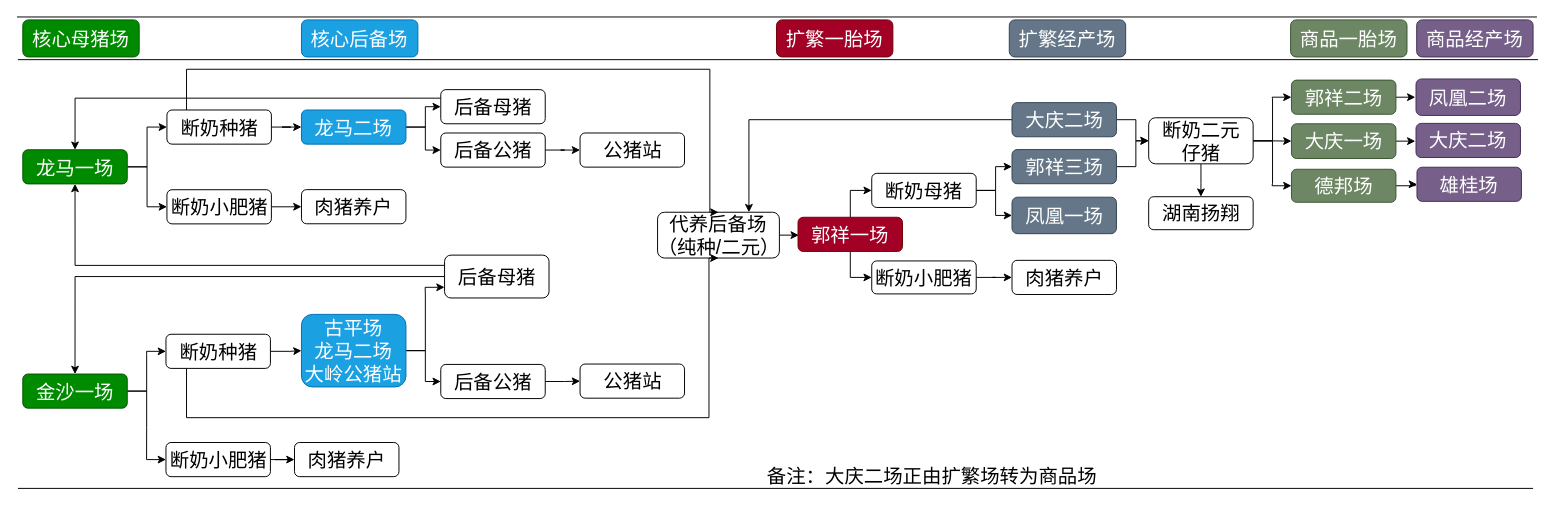
Earlier version of the draw.io diagram 体系规划.drawio (tony2015116/flowchart). Source tidied: cells renumbered, new cells numbered last; positions are measured from the earlier drawing's top-left corner, leaving out a move shared by most shapes. Both pictures are drawn from the tidied source at 97%, with x=0, y=0 at pixel (16, 16).
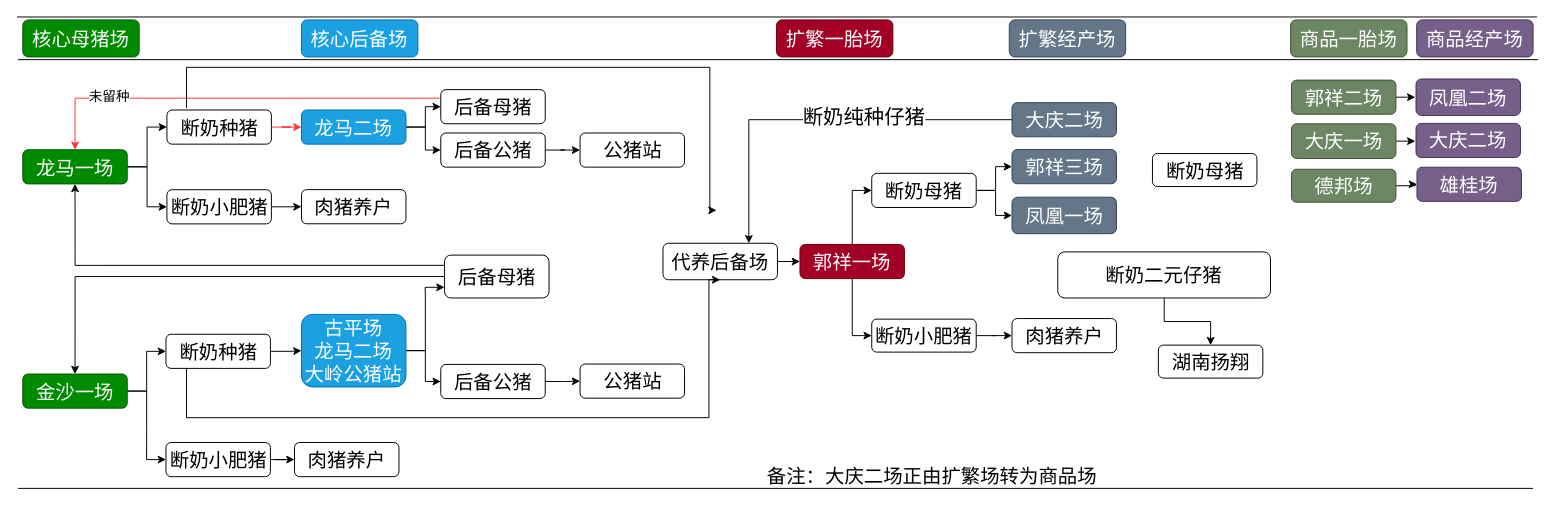
The same diagram, later.

Commit message:
更新体系规划2.drawio

Unchanged cells that the change refers to:
```xml
<mxCell id="4" style="group;fontSize=20;" parent="1" vertex="1">
  <mxGeometry x="6" y="28.9" width="1544" height="451.2" as="geometry" />
</mxCell>
<mxCell id="29" value="郭祥三场" style="rounded=1;whiteSpace=wrap;html=1;fontSize=20;fillColor=#647687;fontColor=#ffffff;strokeColor=#314354;" parent="4" vertex="1">
  <mxGeometry x="1019.8" y="107.8" width="107.7" height="35.2" as="geometry" />
</mxCell>
<mxCell id="34" value="龙马一场" style="rounded=1;whiteSpace=wrap;html=1;fontSize=20;fillColor=#008a00;fontColor=#ffffff;strokeColor=#005700;" parent="4" vertex="1">
  <mxGeometry y="108" width="107.7" height="35.2" as="geometry" />
</mxCell>
<mxCell id="37" value="龙马二场" style="rounded=1;whiteSpace=wrap;html=1;fontSize=20;fillColor=#1ba1e2;fontColor=#ffffff;strokeColor=#006EAF;" parent="4" vertex="1">
  <mxGeometry x="287.3" y="67" width="107.7" height="35.2" as="geometry" />
</mxCell>
<mxCell id="39" value="断奶种猪" style="rounded=1;whiteSpace=wrap;html=1;fontSize=20;" parent="38" vertex="1">
  <mxGeometry x="5" width="107.7" height="35.2" as="geometry" />
</mxCell>
<mxCell id="47" value="后备母猪" style="rounded=1;whiteSpace=wrap;html=1;fontSize=20;" parent="4" vertex="1">
  <mxGeometry x="430.9" y="46" width="107.7" height="35.2" as="geometry" />
</mxCell>
<mxCell id="49" value="德邦场" style="rounded=1;whiteSpace=wrap;html=1;fontSize=20;fillColor=#6d8764;fontColor=#ffffff;strokeColor=#3A5431;" parent="4" vertex="1">
  <mxGeometry x="1307.9" y="128.1" width="107.7" height="34" as="geometry" />
</mxCell>
<mxCell id="51" value="大庆一场" style="rounded=1;whiteSpace=wrap;html=1;fontSize=20;fillColor=#6d8764;fontColor=#ffffff;strokeColor=#3A5431;" parent="4" vertex="1">
  <mxGeometry x="1307.9" y="81.2" width="107.7" height="35.8" as="geometry" />
</mxCell>
<mxCell id="53" value="郭祥二场" style="rounded=1;whiteSpace=wrap;html=1;fontSize=20;fillColor=#6d8764;fontColor=#ffffff;strokeColor=#3A5431;" parent="4" vertex="1">
  <mxGeometry x="1307.9" y="36.2" width="107.7" height="35.2" as="geometry" />
</mxCell>
<mxCell id="58" style="edgeStyle=orthogonalEdgeStyle;rounded=0;jettySize=auto;html=1;entryX=0.75;entryY=0;entryDx=0;entryDy=0;fontSize=20;" parent="4" edge="1" source="60" target="62">
  <mxGeometry relative="1" as="geometry" />
</mxCell>
<mxCell id="60" value="大庆二场" style="rounded=1;whiteSpace=wrap;html=1;fontSize=20;fillColor=#647687;fontColor=#ffffff;strokeColor=#314354;" parent="4" vertex="1">
  <mxGeometry x="1019.8" y="59.4" width="107.7" height="35.2" as="geometry" />
</mxCell>
```

Change to the diagram source:
```diff
@@
     <mxCell id="18" value="郭祥一场" style="rounded=1;whiteSpace=wrap;html=1;fontSize=20;fillColor=#a20025;fontColor=#ffffff;strokeColor=#6F0000;" parent="4" vertex="1">
-      <mxGeometry x="799.2" y="177.6" width="107.7" height="35.2" as="geometry" />
+      <mxGeometry x="801.2" y="205.6" width="107.7" height="35.2" as="geometry" />
     </mxCell>
@@
     <mxCell id="23" value="断奶小肥猪" style="rounded=1;whiteSpace=wrap;html=1;fontSize=20;" parent="4" vertex="1">
-      <mxGeometry x="875.2" y="222.6" width="107.7" height="34" as="geometry" />
+      <mxGeometry x="875.2" y="282.6" width="107.7" height="34" as="geometry" />
     </mxCell>
@@
     <mxCell id="27" value="肉猪养户" style="rounded=1;whiteSpace=wrap;html=1;fontSize=20;" parent="4" vertex="1">
-      <mxGeometry x="1019.8" y="222" width="107.7" height="35.2" as="geometry" />
+      <mxGeometry x="1019.8" y="282" width="107.7" height="35.2" as="geometry" />
     </mxCell>
-    <mxCell id="28" style="edgeStyle=orthogonalEdgeStyle;rounded=0;jettySize=auto;html=1;entryX=0;entryY=0.5;entryDx=0;entryDy=0;fontSize=20;" parent="4" edge="1" source="29" target="71">
-      <mxGeometry relative="1" as="geometry" />
-    </mxCell>
@@
-    <mxCell id="41" style="edgeStyle=orthogonalEdgeStyle;rounded=0;jettySize=auto;html=1;entryX=0;entryY=0.5;entryDx=0;entryDy=0;fontSize=20;" parent="4" edge="1" source="39" target="37">
+    <mxCell id="41" style="edgeStyle=orthogonalEdgeStyle;rounded=0;jettySize=auto;html=1;entryX=0;entryY=0.5;entryDx=0;entryDy=0;fontSize=20;strokeColor=#FF3333;" parent="4" edge="1" source="39" target="37">
       <mxGeometry relative="1" as="geometry" />
     </mxCell>
@@
-    <mxCell id="46" style="edgeStyle=orthogonalEdgeStyle;rounded=0;jettySize=auto;html=1;exitX=0;exitY=0.25;exitDx=0;exitDy=0;entryX=0.5;entryY=0;entryDx=0;entryDy=0;fontSize=20;" parent="4" edge="1" source="47" target="34">
+    <mxCell id="46" style="edgeStyle=orthogonalEdgeStyle;rounded=0;jettySize=auto;html=1;exitX=0;exitY=0.25;exitDx=0;exitDy=0;entryX=0.5;entryY=0;entryDx=0;entryDy=0;fontSize=20;strokeColor=#FF3333;" parent="4" edge="1" source="47" target="34">
       <mxGeometry relative="1" as="geometry" />
     </mxCell>
+    <mxCell id="81" value="&lt;font style=&quot;font-size: 14px;&quot;&gt;未留种&lt;/font&gt;" style="edgeLabel;html=1;align=center;verticalAlign=middle;" parent="46" vertex="1">
+      <mxGeometry x="0.59" y="-2" relative="1" as="geometry" />
+    </mxCell>
@@
-    <mxCell id="59" style="edgeStyle=orthogonalEdgeStyle;rounded=0;jettySize=auto;html=1;entryX=0;entryY=0.5;entryDx=0;entryDy=0;fontSize=20;" parent="4" edge="1" source="60" target="71">
-      <mxGeometry relative="1" as="geometry" />
-    </mxCell>
+    <mxCell id="82" value="断奶纯种仔猪" style="edgeLabel;html=1;align=center;verticalAlign=middle;fontSize=21;" parent="58" vertex="1">
+      <mxGeometry x="-0.23" y="-3" relative="1" as="geometry" />
+    </mxCell>
@@
-    <mxCell id="62" value="代养后备场&lt;div&gt;（纯种/二元）&lt;/div&gt;" style="rounded=1;whiteSpace=wrap;html=1;fontSize=20;" parent="4" vertex="1">
-      <mxGeometry x="654.4" y="172.4" width="125.6" height="47.2" as="geometry" />
+    <mxCell id="62" value="代养后备场" style="rounded=1;whiteSpace=wrap;html=1;fontSize=20;" parent="4" vertex="1">
+      <mxGeometry x="660" y="204.4" width="118" height="37.6" as="geometry" />
     </mxCell>
@@
-    <mxCell id="66" style="edgeStyle=orthogonalEdgeStyle;rounded=0;jettySize=auto;html=1;entryX=0.5;entryY=0;entryDx=0;entryDy=0;fontSize=20;" parent="4" edge="1" target="62">
+    <mxCell id="66" style="edgeStyle=orthogonalEdgeStyle;rounded=0;orthogonalLoop=1;jettySize=auto;html=1;entryX=0.5;entryY=0;entryDx=0;entryDy=0;fontSize=20;" parent="4" edge="1">
       <mxGeometry relative="1" as="geometry">
-        <mxPoint x="168.8" y="67" as="sourcePoint" />
+        <mxPoint x="168.8" y="65" as="sourcePoint" />
+        <mxPoint x="715.2" y="170.4" as="targetPoint" />
         <Array as="points">
-          <mxPoint x="168.8" y="25" />
-          <mxPoint x="708.3" y="25" />
+          <mxPoint x="168.8" y="23" />
+          <mxPoint x="708.3" y="23" />
         </Array>
       </mxGeometry>
     </mxCell>
-    <mxCell id="67" style="edgeStyle=orthogonalEdgeStyle;rounded=0;jettySize=auto;html=1;entryX=0;entryY=0.5;entryDx=0;entryDy=0;fontSize=20;" parent="4" edge="1" source="71" target="53">
-      <mxGeometry relative="1" as="geometry" />
-    </mxCell>
-    <mxCell id="68" style="edgeStyle=orthogonalEdgeStyle;rounded=0;jettySize=auto;html=1;entryX=0;entryY=0.5;entryDx=0;entryDy=0;fontSize=20;" parent="4" edge="1" source="71" target="51">
-      <mxGeometry relative="1" as="geometry" />
-    </mxCell>
@@
-    <mxCell id="70" style="edgeStyle=orthogonalEdgeStyle;rounded=0;jettySize=auto;html=1;entryX=0;entryY=0.5;entryDx=0;entryDy=0;fontSize=20;" parent="4" edge="1" source="71" target="49">
-      <mxGeometry relative="1" as="geometry" />
-    </mxCell>
-    <mxCell id="71" value="断奶二元&lt;div&gt;仔猪&lt;/div&gt;" style="rounded=1;whiteSpace=wrap;html=1;fontSize=20;" parent="4" vertex="1">
-      <mxGeometry x="1160.7" y="75" width="107.7" height="47.5" as="geometry" />
+    <mxCell id="71" value="断奶二元&lt;span style=&quot;background-color: transparent; color: light-dark(rgb(0, 0, 0), rgb(255, 255, 255));&quot;&gt;仔猪&lt;/span&gt;" style="rounded=1;whiteSpace=wrap;html=1;fontSize=20;" parent="4" vertex="1">
+      <mxGeometry x="1067" y="213.3" width="219.3" height="47.5" as="geometry" />
     </mxCell>
     <mxCell id="72" value="湖南扬翔" style="rounded=1;whiteSpace=wrap;html=1;fontSize=20;" parent="4" vertex="1">
-      <mxGeometry x="1160.7" y="156.4" width="107.7" height="34" as="geometry" />
+      <mxGeometry x="1170.7" y="309.4" width="107.7" height="34" as="geometry" />
     </mxCell>
@@
+    <mxCell id="83" value="断奶母猪" style="rounded=1;whiteSpace=wrap;html=1;fontSize=20;" parent="4" vertex="1">
+      <mxGeometry x="1164.6" y="111.9" width="107.7" height="34" as="geometry" />
+    </mxCell>
```
